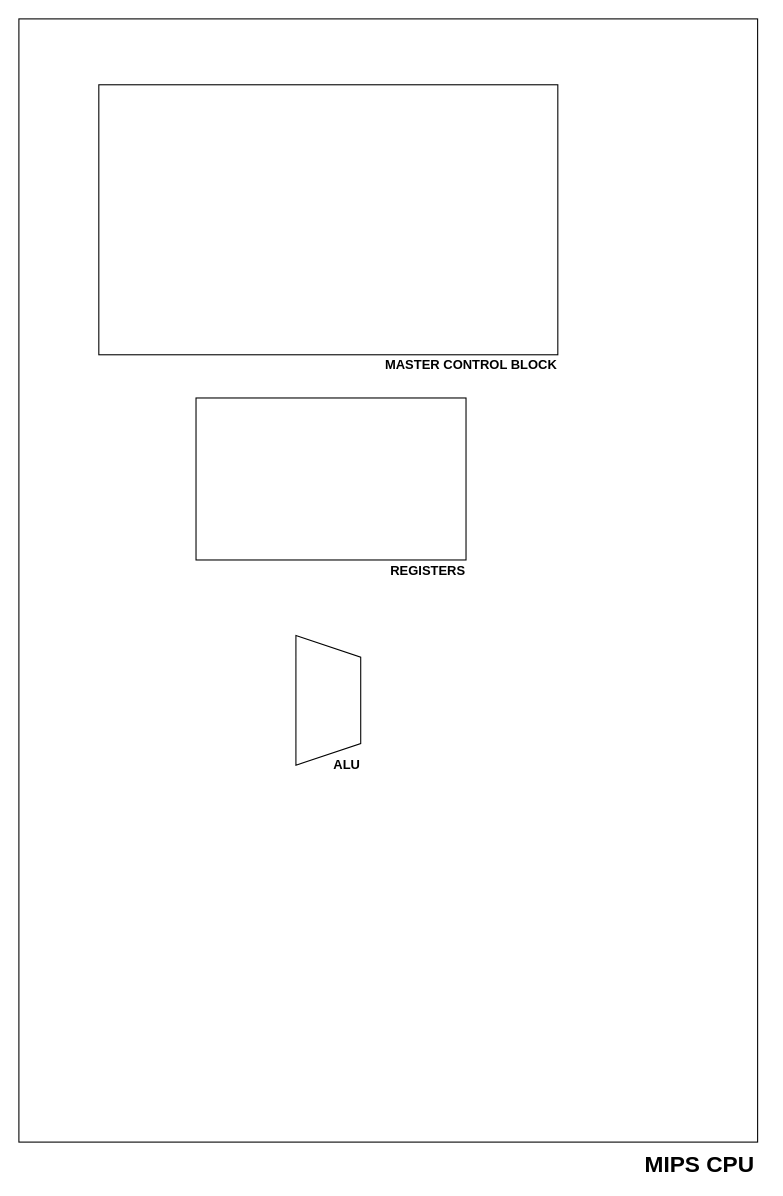
The draw.io diagram docs/Untitled Diagram.drawio in JosiahMendes/MIPS32-T501, before the edit. Source tidied: cells renumbered, new cells numbered last; positions are measured from the earlier drawing's top-left corner, leaving out a move shared by most shapes. Both pictures are drawn from the tidied source at 108%, with x=0, y=0 at pixel (18, 18).
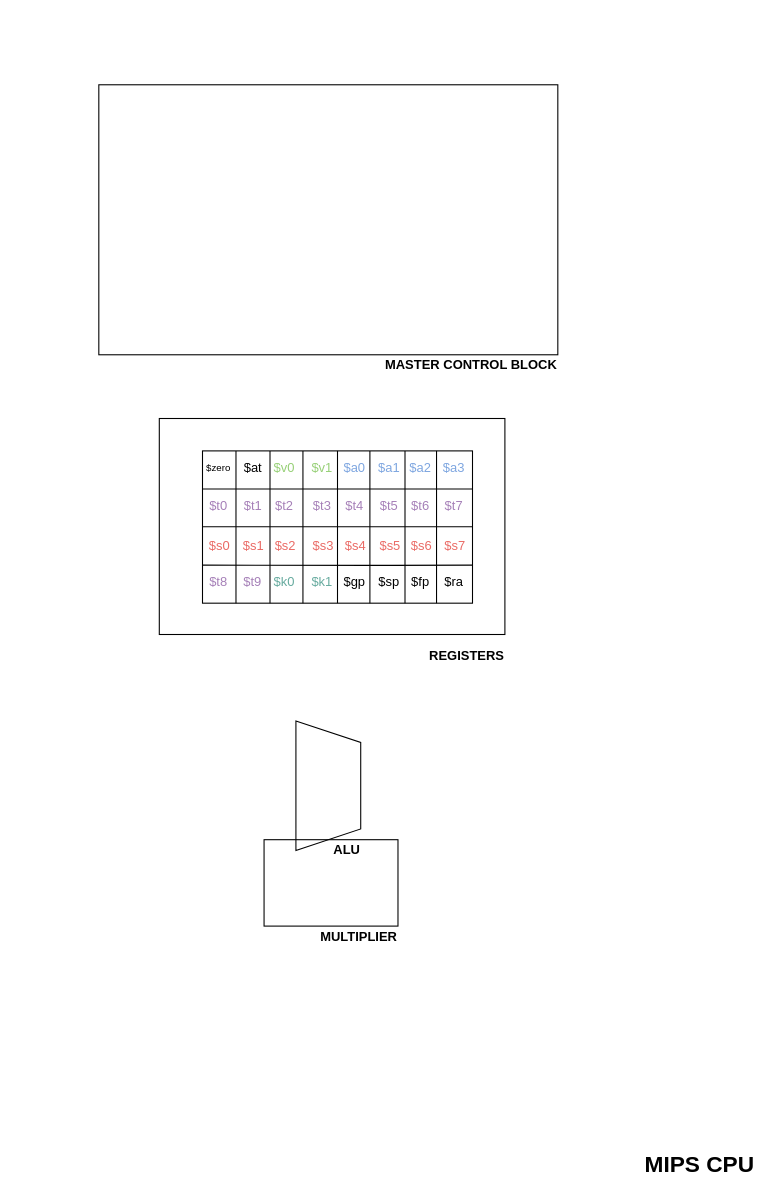
The same diagram, later.

Commit message:
Register block

The edit, as a diff of the source:
```diff
@@
-    <mxCell id="2" style="rounded=0;whiteSpace=wrap;html=1;fillColor=none;" parent="1" vertex="1">
-      <mxGeometry width="684" height="1040" as="geometry" />
-    </mxCell>
@@
     <mxCell id="6" style="shape=trapezoid;perimeter=trapezoidPerimeter;whiteSpace=wrap;html=1;fixedSize=1;fillColor=none;rotation=90;" parent="1" vertex="1">
-      <mxGeometry x="226.5" y="601" width="120" height="60" as="geometry" />
+      <mxGeometry x="226.5" y="680" width="120" height="60" as="geometry" />
     </mxCell>
     <mxCell id="7" value="&lt;b&gt;ALU&lt;/b&gt;" style="text;html=1;strokeColor=none;fillColor=none;align=center;verticalAlign=middle;whiteSpace=wrap;rounded=0;" parent="1" vertex="1">
-      <mxGeometry x="284" y="681" width="40" height="20" as="geometry" />
+      <mxGeometry x="284" y="760" width="40" height="20" as="geometry" />
     </mxCell>
+    <mxCell id="9" value="REGISTERS" style="text;html=1;strokeColor=none;fillColor=none;align=center;verticalAlign=middle;whiteSpace=wrap;rounded=0;fontStyle=1;" parent="1" vertex="1">
+      <mxGeometry x="370" y="580" width="90" height="20" as="geometry" />
+    </mxCell>
+    <mxCell id="10" style="rounded=0;whiteSpace=wrap;html=1;fillColor=none;" parent="1" vertex="1">
+      <mxGeometry x="227" y="760" width="124" height="80" as="geometry" />
+    </mxCell>
+    <mxCell id="11" value="MULTIPLIER" style="text;html=1;strokeColor=none;fillColor=none;align=center;verticalAlign=middle;whiteSpace=wrap;rounded=0;fontStyle=1;" parent="1" vertex="1">
+      <mxGeometry x="270" y="840" width="90" height="20" as="geometry" />
+    </mxCell>
+    <mxCell id="12" style="group;" parent="1" vertex="1">
+      <mxGeometry x="130" y="370" width="320" height="200" as="geometry" />
+    </mxCell>
+    <mxCell id="13" style="rounded=0;whiteSpace=wrap;html=1;glass=1;gradientColor=none;fontSize=9;fontColor=#67AB9F;fillColor=none;" parent="12" vertex="1">
+      <mxGeometry width="320" height="200" as="geometry" />
+    </mxCell>
+    <mxCell id="14" style="group;" parent="12" vertex="1">
+      <mxGeometry x="35" y="30" width="259" height="141" as="geometry" />
+    </mxCell>
-    <mxCell id="8" style="rounded=0;whiteSpace=wrap;html=1;fillColor=none;" parent="1" vertex="1">
-      <mxGeometry x="164" y="351" width="250" height="150" as="geometry" />
+    <mxCell id="8" style="rounded=0;whiteSpace=wrap;html=1;fillColor=none;" parent="14" vertex="1">
+      <mxGeometry x="5" width="250" height="141" as="geometry" />
     </mxCell>
-    <mxCell id="9" value="REGISTERS" style="text;html=1;strokeColor=none;fillColor=none;align=center;verticalAlign=middle;whiteSpace=wrap;rounded=0;fontStyle=1;" parent="1" vertex="1">
-      <mxGeometry x="334" y="501" width="90" height="20" as="geometry" />
-    </mxCell>
+    <mxCell id="15" style="endArrow=none;html=1;entryX=1;entryY=0.75;entryDx=0;entryDy=0;exitX=0;exitY=0.75;exitDx=0;exitDy=0;" parent="14" edge="1" source="8" target="8">
+      <mxGeometry as="geometry">
+        <Array as="points">
+          <mxPoint x="170" y="106" />
+        </Array>
+      </mxGeometry>
+    </mxCell>
+    <mxCell id="16" style="endArrow=none;html=1;entryX=1;entryY=0.75;entryDx=0;entryDy=0;exitX=0;exitY=0.75;exitDx=0;exitDy=0;" parent="14" edge="1">
+      <mxGeometry as="geometry">
+        <mxPoint x="5" y="70.2" as="sourcePoint" />
+        <mxPoint x="255" y="70.2" as="targetPoint" />
+      </mxGeometry>
+    </mxCell>
+    <mxCell id="17" style="endArrow=none;html=1;entryX=1;entryY=0.25;entryDx=0;entryDy=0;exitX=0;exitY=0.25;exitDx=0;exitDy=0;" parent="14" edge="1" source="8" target="8">
+      <mxGeometry as="geometry" />
+    </mxCell>
+    <mxCell id="18" style="endArrow=none;html=1;entryX=0.75;entryY=0;entryDx=0;entryDy=0;exitX=0.75;exitY=1;exitDx=0;exitDy=0;" parent="14" edge="1" source="8" target="8">
+      <mxGeometry as="geometry" />
+    </mxCell>
+    <mxCell id="19" style="endArrow=none;html=1;exitX=0.75;exitY=1;exitDx=0;exitDy=0;" parent="14" edge="1" target="8">
+      <mxGeometry as="geometry">
+        <mxPoint x="131" y="141" as="sourcePoint" />
+      </mxGeometry>
+    </mxCell>
+    <mxCell id="20" style="endArrow=none;html=1;entryX=0.5;entryY=0;entryDx=0;entryDy=0;exitX=0.5;exitY=1;exitDx=0;exitDy=0;" parent="14" edge="1" source="8" target="8">
+      <mxGeometry as="geometry" />
+    </mxCell>
+    <mxCell id="21" style="endArrow=none;html=1;entryX=0.25;entryY=0;entryDx=0;entryDy=0;exitX=0.25;exitY=1;exitDx=0;exitDy=0;" parent="14" edge="1" source="8" target="8">
+      <mxGeometry as="geometry" />
+    </mxCell>
+    <mxCell id="22" style="endArrow=none;html=1;entryX=0.25;entryY=0;entryDx=0;entryDy=0;exitX=0.25;exitY=1;exitDx=0;exitDy=0;" parent="14" edge="1">
+      <mxGeometry as="geometry">
+        <mxPoint x="98" y="141" as="sourcePoint" />
+        <mxPoint x="98" as="targetPoint" />
+      </mxGeometry>
+    </mxCell>
+    <mxCell id="23" style="endArrow=none;html=1;entryX=0.25;entryY=0;entryDx=0;entryDy=0;exitX=0.25;exitY=1;exitDx=0;exitDy=0;" parent="14" edge="1">
+      <mxGeometry as="geometry">
+        <mxPoint x="36" y="141" as="sourcePoint" />
+        <mxPoint x="36" as="targetPoint" />
+      </mxGeometry>
+    </mxCell>
+    <mxCell id="24" style="endArrow=none;html=1;entryX=0.25;entryY=0;entryDx=0;entryDy=0;exitX=0.25;exitY=1;exitDx=0;exitDy=0;" parent="14" edge="1">
+      <mxGeometry as="geometry">
+        <mxPoint x="160" y="141" as="sourcePoint" />
+        <mxPoint x="160" as="targetPoint" />
+      </mxGeometry>
+    </mxCell>
+    <mxCell id="25" style="endArrow=none;html=1;entryX=0.25;entryY=0;entryDx=0;entryDy=0;exitX=0.25;exitY=1;exitDx=0;exitDy=0;" parent="14" edge="1">
+      <mxGeometry as="geometry">
+        <mxPoint x="221.7" y="141" as="sourcePoint" />
+        <mxPoint x="221.7" as="targetPoint" />
+      </mxGeometry>
+    </mxCell>
+    <mxCell id="26" value="$zero" style="text;html=1;strokeColor=none;fillColor=none;align=center;verticalAlign=middle;whiteSpace=wrap;rounded=0;fontSize=9;" parent="14" vertex="1">
+      <mxGeometry y="6" width="40" height="20" as="geometry" />
+    </mxCell>
+    <mxCell id="27" value="&lt;font style=&quot;font-size: 12px&quot;&gt;$at&lt;/font&gt;" style="text;html=1;strokeColor=none;fillColor=none;align=center;verticalAlign=middle;whiteSpace=wrap;rounded=0;fontSize=9;" parent="14" vertex="1">
+      <mxGeometry x="32" y="6" width="40" height="20" as="geometry" />
+    </mxCell>
+    <mxCell id="28" value="&lt;font style=&quot;font-size: 12px&quot;&gt;$v0&lt;/font&gt;" style="text;html=1;align=center;verticalAlign=middle;whiteSpace=wrap;rounded=0;fontSize=9;fontColor=#97D077;" parent="14" vertex="1">
+      <mxGeometry x="61" y="6" width="40" height="20" as="geometry" />
+    </mxCell>
+    <mxCell id="29" value="&lt;font style=&quot;font-size: 12px&quot;&gt;$v1&lt;/font&gt;" style="text;html=1;align=center;verticalAlign=middle;whiteSpace=wrap;rounded=0;fontSize=9;fontColor=#97D077;" parent="14" vertex="1">
+      <mxGeometry x="96" y="6" width="40" height="20" as="geometry" />
+    </mxCell>
+    <mxCell id="30" value="&lt;span style=&quot;font-size: 12px&quot;&gt;$a0&lt;/span&gt;" style="text;html=1;strokeColor=none;fillColor=none;align=center;verticalAlign=middle;whiteSpace=wrap;rounded=0;fontSize=9;fontColor=#7EA6E0;" parent="14" vertex="1">
+      <mxGeometry x="126" y="6" width="40" height="20" as="geometry" />
+    </mxCell>
+    <mxCell id="31" value="&lt;span style=&quot;font-size: 12px&quot;&gt;$a1&lt;/span&gt;" style="text;html=1;strokeColor=none;fillColor=none;align=center;verticalAlign=middle;whiteSpace=wrap;rounded=0;fontSize=9;fontColor=#7EA6E0;" parent="14" vertex="1">
+      <mxGeometry x="158" y="6" width="40" height="20" as="geometry" />
+    </mxCell>
+    <mxCell id="32" value="&lt;span style=&quot;font-size: 12px&quot;&gt;$a2&lt;/span&gt;" style="text;html=1;strokeColor=none;fillColor=none;align=center;verticalAlign=middle;whiteSpace=wrap;rounded=0;fontSize=9;fontColor=#7EA6E0;" parent="14" vertex="1">
+      <mxGeometry x="186.5" y="6" width="40" height="20" as="geometry" />
+    </mxCell>
+    <mxCell id="33" value="&lt;span style=&quot;font-size: 12px&quot;&gt;$a3&lt;/span&gt;" style="text;html=1;strokeColor=none;fillColor=none;align=center;verticalAlign=middle;whiteSpace=wrap;rounded=0;fontSize=9;fontColor=#7EA6E0;" parent="14" vertex="1">
+      <mxGeometry x="218" y="6" width="40" height="20" as="geometry" />
+    </mxCell>
+    <mxCell id="34" value="&lt;span style=&quot;font-size: 12px&quot;&gt;$t0&lt;/span&gt;" style="text;html=1;strokeColor=none;fillColor=none;align=center;verticalAlign=middle;whiteSpace=wrap;rounded=0;fontSize=9;fontColor=#A680B8;" parent="14" vertex="1">
+      <mxGeometry y="41" width="40" height="20" as="geometry" />
+    </mxCell>
+    <mxCell id="35" value="&lt;font style=&quot;font-size: 12px&quot;&gt;$t1&lt;/font&gt;" style="text;html=1;strokeColor=none;fillColor=none;align=center;verticalAlign=middle;whiteSpace=wrap;rounded=0;fontSize=9;fontColor=#A680B8;" parent="14" vertex="1">
+      <mxGeometry x="32" y="41" width="40" height="20" as="geometry" />
+    </mxCell>
+    <mxCell id="36" value="&lt;font style=&quot;font-size: 12px&quot;&gt;$t2&lt;/font&gt;" style="text;html=1;strokeColor=none;fillColor=none;align=center;verticalAlign=middle;whiteSpace=wrap;rounded=0;fontSize=9;fontColor=#A680B8;" parent="14" vertex="1">
+      <mxGeometry x="61" y="41" width="40" height="20" as="geometry" />
+    </mxCell>
+    <mxCell id="37" value="&lt;font style=&quot;font-size: 12px&quot;&gt;$t3&lt;/font&gt;" style="text;html=1;strokeColor=none;fillColor=none;align=center;verticalAlign=middle;whiteSpace=wrap;rounded=0;fontSize=9;fontColor=#A680B8;" parent="14" vertex="1">
+      <mxGeometry x="96" y="41" width="40" height="20" as="geometry" />
+    </mxCell>
+    <mxCell id="38" value="&lt;span style=&quot;font-size: 12px&quot;&gt;$t4&lt;/span&gt;" style="text;html=1;strokeColor=none;fillColor=none;align=center;verticalAlign=middle;whiteSpace=wrap;rounded=0;fontSize=9;fontColor=#A680B8;" parent="14" vertex="1">
+      <mxGeometry x="126" y="41" width="40" height="20" as="geometry" />
+    </mxCell>
+    <mxCell id="39" value="&lt;span style=&quot;font-size: 12px&quot;&gt;$t5&lt;/span&gt;" style="text;html=1;strokeColor=none;fillColor=none;align=center;verticalAlign=middle;whiteSpace=wrap;rounded=0;fontSize=9;fontColor=#A680B8;" parent="14" vertex="1">
+      <mxGeometry x="158" y="41" width="40" height="20" as="geometry" />
+    </mxCell>
+    <mxCell id="40" value="&lt;span style=&quot;font-size: 12px&quot;&gt;$t6&lt;/span&gt;" style="text;html=1;strokeColor=none;fillColor=none;align=center;verticalAlign=middle;whiteSpace=wrap;rounded=0;fontSize=9;fontColor=#A680B8;" parent="14" vertex="1">
+      <mxGeometry x="186.5" y="41" width="40" height="20" as="geometry" />
+    </mxCell>
+    <mxCell id="41" value="&lt;span style=&quot;font-size: 12px&quot;&gt;$t7&lt;/span&gt;" style="text;html=1;strokeColor=none;fillColor=none;align=center;verticalAlign=middle;whiteSpace=wrap;rounded=0;fontSize=9;fontColor=#A680B8;" parent="14" vertex="1">
+      <mxGeometry x="218" y="41" width="40" height="20" as="geometry" />
+    </mxCell>
+    <mxCell id="42" value="&lt;span style=&quot;font-size: 12px&quot;&gt;$s0&lt;/span&gt;" style="text;html=1;strokeColor=none;fillColor=none;align=center;verticalAlign=middle;whiteSpace=wrap;rounded=0;fontSize=9;fontColor=#EA6B66;" parent="14" vertex="1">
+      <mxGeometry x="1" y="78" width="40" height="20" as="geometry" />
+    </mxCell>
+    <mxCell id="43" value="&lt;font style=&quot;font-size: 12px&quot;&gt;$s1&lt;/font&gt;" style="text;html=1;strokeColor=none;fillColor=none;align=center;verticalAlign=middle;whiteSpace=wrap;rounded=0;fontSize=9;fontColor=#EA6B66;" parent="14" vertex="1">
+      <mxGeometry x="33" y="78" width="39" height="20" as="geometry" />
+    </mxCell>
+    <mxCell id="44" value="&lt;font style=&quot;font-size: 12px&quot;&gt;$s2&lt;/font&gt;" style="text;html=1;strokeColor=none;fillColor=none;align=center;verticalAlign=middle;whiteSpace=wrap;rounded=0;fontSize=9;fontColor=#EA6B66;" parent="14" vertex="1">
+      <mxGeometry x="62" y="78" width="40" height="20" as="geometry" />
+    </mxCell>
+    <mxCell id="45" value="&lt;font style=&quot;font-size: 12px&quot;&gt;$s3&lt;/font&gt;" style="text;html=1;strokeColor=none;fillColor=none;align=center;verticalAlign=middle;whiteSpace=wrap;rounded=0;fontSize=9;fontColor=#EA6B66;" parent="14" vertex="1">
+      <mxGeometry x="97" y="78" width="40" height="20" as="geometry" />
+    </mxCell>
+    <mxCell id="46" value="&lt;span style=&quot;font-size: 12px&quot;&gt;$s4&lt;/span&gt;" style="text;html=1;strokeColor=none;fillColor=none;align=center;verticalAlign=middle;whiteSpace=wrap;rounded=0;fontSize=9;fontColor=#EA6B66;" parent="14" vertex="1">
+      <mxGeometry x="127" y="78" width="40" height="20" as="geometry" />
+    </mxCell>
+    <mxCell id="47" value="&lt;span style=&quot;font-size: 12px&quot;&gt;$s5&lt;/span&gt;" style="text;html=1;strokeColor=none;fillColor=none;align=center;verticalAlign=middle;whiteSpace=wrap;rounded=0;fontSize=9;fontColor=#EA6B66;" parent="14" vertex="1">
+      <mxGeometry x="157" y="78" width="44" height="20" as="geometry" />
+    </mxCell>
+    <mxCell id="48" value="&lt;span style=&quot;font-size: 12px&quot;&gt;$s6&lt;/span&gt;" style="text;html=1;strokeColor=none;fillColor=none;align=center;verticalAlign=middle;whiteSpace=wrap;rounded=0;fontSize=9;fontColor=#EA6B66;" parent="14" vertex="1">
+      <mxGeometry x="187.5" y="78" width="40" height="20" as="geometry" />
+    </mxCell>
+    <mxCell id="49" value="&lt;span style=&quot;font-size: 12px&quot;&gt;$s7&lt;/span&gt;" style="text;html=1;strokeColor=none;fillColor=none;align=center;verticalAlign=middle;whiteSpace=wrap;rounded=0;fontSize=9;fontColor=#EA6B66;" parent="14" vertex="1">
+      <mxGeometry x="219" y="78" width="40" height="20" as="geometry" />
+    </mxCell>
+    <mxCell id="50" value="&lt;span style=&quot;font-size: 12px&quot;&gt;$t8&lt;/span&gt;" style="text;html=1;strokeColor=none;fillColor=none;align=center;verticalAlign=middle;whiteSpace=wrap;rounded=0;fontSize=9;fontColor=#A680B8;" parent="14" vertex="1">
+      <mxGeometry y="112" width="40" height="20" as="geometry" />
+    </mxCell>
+    <mxCell id="51" value="&lt;font style=&quot;font-size: 12px&quot;&gt;$t9&lt;/font&gt;" style="text;html=1;strokeColor=none;fillColor=none;align=center;verticalAlign=middle;whiteSpace=wrap;rounded=0;fontSize=9;fontColor=#A680B8;" parent="14" vertex="1">
+      <mxGeometry x="32" y="112" width="39" height="20" as="geometry" />
+    </mxCell>
+    <mxCell id="52" value="&lt;font style=&quot;font-size: 12px&quot;&gt;$k0&lt;/font&gt;" style="text;html=1;strokeColor=none;fillColor=none;align=center;verticalAlign=middle;whiteSpace=wrap;rounded=0;fontSize=9;fontColor=#67AB9F;" parent="14" vertex="1">
+      <mxGeometry x="61" y="112" width="40" height="20" as="geometry" />
+    </mxCell>
+    <mxCell id="53" value="&lt;font style=&quot;font-size: 12px&quot;&gt;$k1&lt;/font&gt;" style="text;html=1;strokeColor=none;fillColor=none;align=center;verticalAlign=middle;whiteSpace=wrap;rounded=0;fontSize=9;fontColor=#67AB9F;" parent="14" vertex="1">
+      <mxGeometry x="96" y="112" width="40" height="20" as="geometry" />
+    </mxCell>
+    <mxCell id="54" value="&lt;span style=&quot;font-size: 12px&quot;&gt;$gp&lt;/span&gt;" style="text;html=1;strokeColor=none;fillColor=none;align=center;verticalAlign=middle;whiteSpace=wrap;rounded=0;fontSize=9;" parent="14" vertex="1">
+      <mxGeometry x="126" y="112" width="40" height="20" as="geometry" />
+    </mxCell>
+    <mxCell id="55" value="&lt;span style=&quot;font-size: 12px&quot;&gt;$sp&lt;/span&gt;" style="text;html=1;strokeColor=none;fillColor=none;align=center;verticalAlign=middle;whiteSpace=wrap;rounded=0;fontSize=9;" parent="14" vertex="1">
+      <mxGeometry x="158" y="112" width="40" height="20" as="geometry" />
+    </mxCell>
+    <mxCell id="56" value="&lt;span style=&quot;font-size: 12px&quot;&gt;$fp&lt;/span&gt;" style="text;html=1;strokeColor=none;fillColor=none;align=center;verticalAlign=middle;whiteSpace=wrap;rounded=0;fontSize=9;" parent="14" vertex="1">
+      <mxGeometry x="186.5" y="112" width="40" height="20" as="geometry" />
+    </mxCell>
+    <mxCell id="57" value="&lt;span style=&quot;font-size: 12px&quot;&gt;$ra&lt;/span&gt;" style="text;html=1;strokeColor=none;fillColor=none;align=center;verticalAlign=middle;whiteSpace=wrap;rounded=0;fontSize=9;" parent="14" vertex="1">
+      <mxGeometry x="218" y="112" width="40" height="20" as="geometry" />
+    </mxCell>
```
